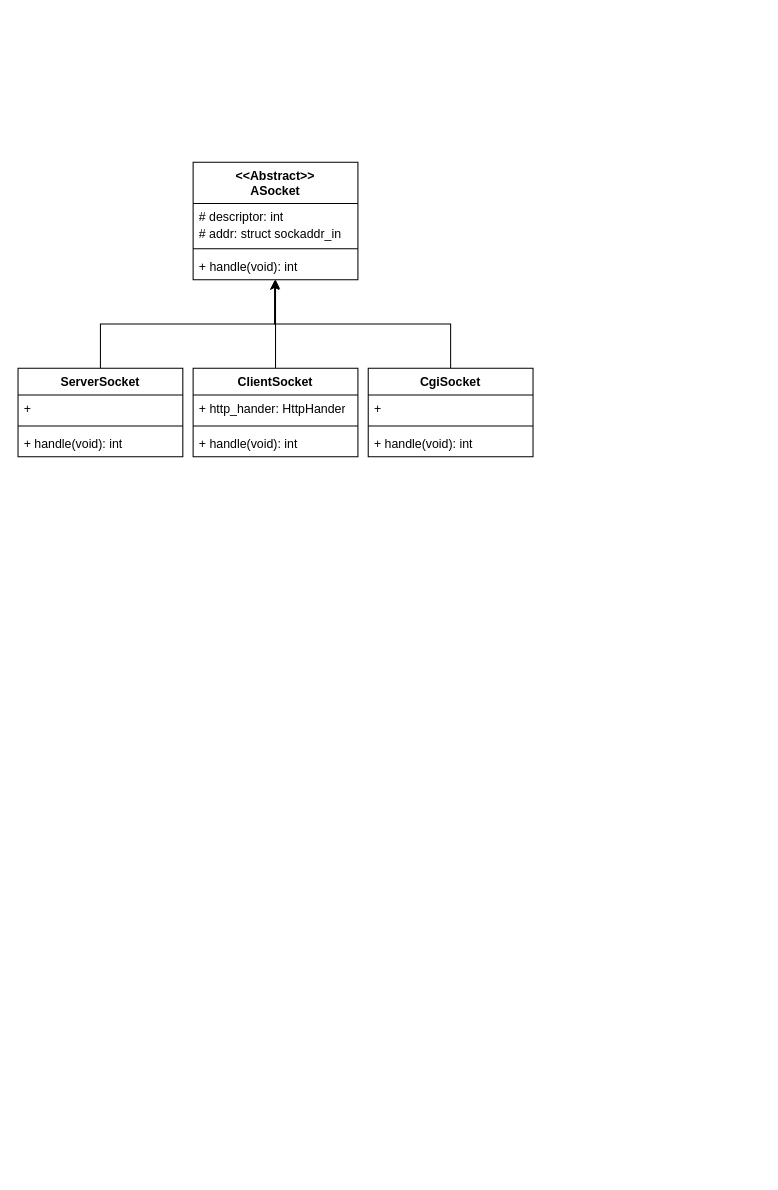
Above: docs/class_diagram.drawio in world-famous-webserv/webserv (draw.io), before the change. Source tidied: cells renumbered, new cells numbered last; positions are measured from the earlier drawing's top-left corner, leaving out a move shared by most shapes. Both pictures are drawn from the tidied source at 103%, with x=0, y=0 at pixel (18, 162).
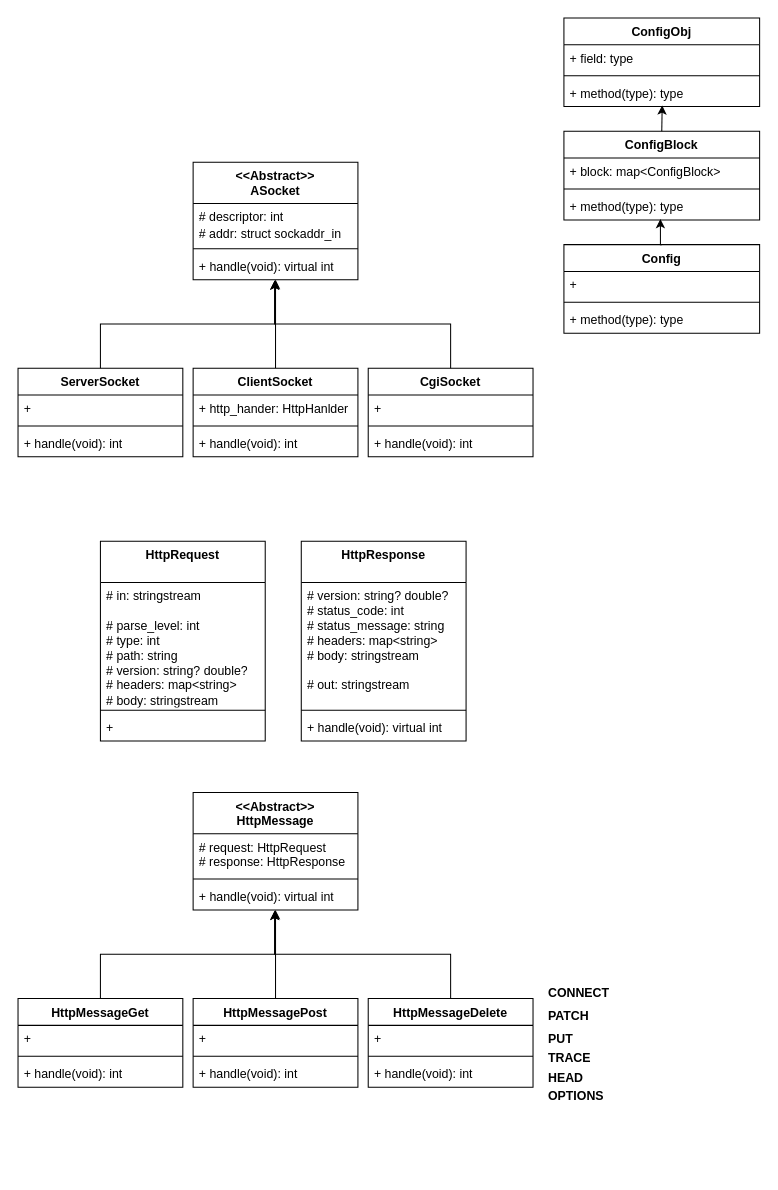
Above is the later version.

The change refers to these unchanged cells:
```xml
<mxCell id="2" value="&amp;lt;&amp;lt;Abstract&amp;gt;&amp;gt;&lt;br&gt;ASocket" style="swimlane;fontStyle=1;align=center;verticalAlign=top;horizontal=1;startSize=40;whiteSpace=wrap;html=1;" parent="1" vertex="1">
  <mxGeometry x="170" width="160" height="114" as="geometry" />
</mxCell>
<mxCell id="11" value="ClientSocket" style="swimlane;fontStyle=1;align=center;verticalAlign=top;horizontal=1;startSize=26;whiteSpace=wrap;html=1;" parent="1" vertex="1">
  <mxGeometry x="170" y="200" width="160" height="86" as="geometry" />
</mxCell>
```

What changed in the source:
```diff
@@
-    <mxCell id="5" value="+ handle(void): int" style="text;strokeColor=none;fillColor=none;align=left;verticalAlign=top;spacingLeft=4;spacingRight=4;overflow=hidden;points=[[0,0.5],[1,0.5]];portConstraint=eastwest;whiteSpace=wrap;html=1;" parent="2" vertex="1">
+    <mxCell id="5" value="+ handle(void): virtual int" style="text;strokeColor=none;fillColor=none;align=left;verticalAlign=top;spacingLeft=4;spacingRight=4;overflow=hidden;points=[[0,0.5],[1,0.5]];portConstraint=eastwest;whiteSpace=wrap;html=1;" parent="2" vertex="1">
       <mxGeometry y="88" width="160" height="26" as="geometry" />
     </mxCell>
@@
-    <mxCell id="12" value="+ http_hander: HttpHander" style="text;strokeColor=none;fillColor=none;align=left;verticalAlign=top;spacingLeft=4;spacingRight=4;overflow=hidden;whiteSpace=wrap;html=1;" parent="11" vertex="1">
+    <mxCell id="12" value="+ http_hander: HttpHanlder" style="text;strokeColor=none;fillColor=none;align=left;verticalAlign=top;spacingLeft=4;spacingRight=4;overflow=hidden;whiteSpace=wrap;html=1;" parent="11" vertex="1">
       <mxGeometry y="26" width="160" height="26" as="geometry" />
     </mxCell>
@@
+    <mxCell id="21" value="ConfigObj" style="swimlane;fontStyle=1;align=center;verticalAlign=top;horizontal=1;startSize=26;whiteSpace=wrap;html=1;" parent="1" vertex="1">
+      <mxGeometry x="530" y="-140" width="190" height="86" as="geometry" />
+    </mxCell>
+    <mxCell id="22" value="+ field: type" style="text;strokeColor=none;fillColor=none;align=left;verticalAlign=top;spacingLeft=4;spacingRight=4;overflow=hidden;whiteSpace=wrap;html=1;" parent="21" vertex="1">
+      <mxGeometry y="26" width="190" height="26" as="geometry" />
+    </mxCell>
+    <mxCell id="23" style="line;strokeWidth=1;fillColor=none;align=left;verticalAlign=middle;spacingTop=-1;spacingLeft=3;spacingRight=3;labelPosition=right;strokeColor=inherit;" parent="21" vertex="1">
+      <mxGeometry y="52" width="190" height="8" as="geometry" />
+    </mxCell>
+    <mxCell id="24" value="+ method(type): type" style="text;strokeColor=none;fillColor=none;align=left;verticalAlign=top;spacingLeft=4;spacingRight=4;overflow=hidden;points=[[0,0.5],[1,0.5]];portConstraint=eastwest;whiteSpace=wrap;html=1;" parent="21" vertex="1">
+      <mxGeometry y="60" width="190" height="26" as="geometry" />
+    </mxCell>
+    <mxCell id="25" value="ConfigBlock" style="swimlane;fontStyle=1;align=center;verticalAlign=top;horizontal=1;startSize=26;whiteSpace=wrap;html=1;" parent="1" vertex="1">
+      <mxGeometry x="530" y="-30" width="190" height="86" as="geometry" />
+    </mxCell>
+    <mxCell id="26" value="+ block: map&amp;lt;ConfigBlock&amp;gt;" style="text;strokeColor=none;fillColor=none;align=left;verticalAlign=top;spacingLeft=4;spacingRight=4;overflow=hidden;whiteSpace=wrap;html=1;" parent="25" vertex="1">
+      <mxGeometry y="26" width="190" height="26" as="geometry" />
+    </mxCell>
+    <mxCell id="27" style="line;strokeWidth=1;fillColor=none;align=left;verticalAlign=middle;spacingTop=-1;spacingLeft=3;spacingRight=3;labelPosition=right;strokeColor=inherit;" parent="25" vertex="1">
+      <mxGeometry y="52" width="190" height="8" as="geometry" />
+    </mxCell>
+    <mxCell id="28" value="+ method(type): type" style="text;strokeColor=none;fillColor=none;align=left;verticalAlign=top;spacingLeft=4;spacingRight=4;overflow=hidden;points=[[0,0.5],[1,0.5]];portConstraint=eastwest;whiteSpace=wrap;html=1;" parent="25" vertex="1">
+      <mxGeometry y="60" width="190" height="26" as="geometry" />
+    </mxCell>
+    <mxCell id="29" value="Config" style="swimlane;fontStyle=1;align=center;verticalAlign=top;horizontal=1;startSize=26;whiteSpace=wrap;html=1;" parent="1" vertex="1">
+      <mxGeometry x="530" y="80" width="190" height="86" as="geometry" />
+    </mxCell>
+    <mxCell id="30" value="+&amp;nbsp;" style="text;strokeColor=none;fillColor=none;align=left;verticalAlign=top;spacingLeft=4;spacingRight=4;overflow=hidden;whiteSpace=wrap;html=1;" parent="29" vertex="1">
+      <mxGeometry y="26" width="190" height="26" as="geometry" />
+    </mxCell>
+    <mxCell id="31" style="line;strokeWidth=1;fillColor=none;align=left;verticalAlign=middle;spacingTop=-1;spacingLeft=3;spacingRight=3;labelPosition=right;strokeColor=inherit;" parent="29" vertex="1">
+      <mxGeometry y="52" width="190" height="8" as="geometry" />
+    </mxCell>
+    <mxCell id="32" value="+ method(type): type" style="text;strokeColor=none;fillColor=none;align=left;verticalAlign=top;spacingLeft=4;spacingRight=4;overflow=hidden;whiteSpace=wrap;html=1;" parent="29" vertex="1">
+      <mxGeometry y="60" width="190" height="26" as="geometry" />
+    </mxCell>
+    <mxCell id="33" style="edgeStyle=orthogonalEdgeStyle;rounded=0;jettySize=auto;html=1;exitX=0.5;exitY=0;exitDx=0;exitDy=0;entryX=0.502;entryY=0.956;entryDx=0;entryDy=0;entryPerimeter=0;" parent="1" edge="1" source="25" target="24">
+      <mxGeometry relative="1" as="geometry" />
+    </mxCell>
+    <mxCell id="34" style="edgeStyle=orthogonalEdgeStyle;rounded=0;jettySize=auto;html=1;exitX=0.5;exitY=0;exitDx=0;exitDy=0;entryX=0.493;entryY=0.967;entryDx=0;entryDy=0;entryPerimeter=0;" parent="1" edge="1" source="29" target="28">
+      <mxGeometry relative="1" as="geometry" />
+    </mxCell>
+    <mxCell id="35" value="&amp;lt;&amp;lt;Abstract&amp;gt;&amp;gt;&lt;br&gt;HttpMessage" style="swimlane;fontStyle=1;align=center;verticalAlign=top;horizontal=1;startSize=40;whiteSpace=wrap;html=1;" parent="1" vertex="1">
+      <mxGeometry x="170" y="612" width="160" height="114" as="geometry" />
+    </mxCell>
+    <mxCell id="36" value="# request: HttpRequest&lt;br&gt;# response: HttpResponse" style="text;strokeColor=none;fillColor=none;align=left;verticalAlign=top;spacingLeft=4;spacingRight=4;overflow=hidden;whiteSpace=wrap;html=1;" parent="35" vertex="1">
+      <mxGeometry y="40" width="160" height="40" as="geometry" />
+    </mxCell>
+    <mxCell id="37" style="line;strokeWidth=1;fillColor=none;align=left;verticalAlign=middle;spacingTop=-1;spacingLeft=3;spacingRight=3;labelPosition=right;strokeColor=inherit;" parent="35" vertex="1">
+      <mxGeometry y="80" width="160" height="8" as="geometry" />
+    </mxCell>
+    <mxCell id="38" value="+ handle(void): virtual int" style="text;strokeColor=none;fillColor=none;align=left;verticalAlign=top;spacingLeft=4;spacingRight=4;overflow=hidden;points=[[0,0.5],[1,0.5]];portConstraint=eastwest;whiteSpace=wrap;html=1;" parent="35" vertex="1">
+      <mxGeometry y="88" width="160" height="26" as="geometry" />
+    </mxCell>
+    <mxCell id="39" value="HttpMessageGet" style="swimlane;fontStyle=1;align=center;verticalAlign=top;horizontal=1;startSize=26;whiteSpace=wrap;html=1;" parent="1" vertex="1">
+      <mxGeometry y="812" width="160" height="86" as="geometry" />
+    </mxCell>
+    <mxCell id="40" value="+&amp;nbsp;" style="text;strokeColor=none;fillColor=none;align=left;verticalAlign=top;spacingLeft=4;spacingRight=4;overflow=hidden;whiteSpace=wrap;html=1;" parent="39" vertex="1">
+      <mxGeometry y="26" width="160" height="26" as="geometry" />
+    </mxCell>
+    <mxCell id="41" style="line;strokeWidth=1;fillColor=none;align=left;verticalAlign=middle;spacingTop=-1;spacingLeft=3;spacingRight=3;labelPosition=right;strokeColor=inherit;" parent="39" vertex="1">
+      <mxGeometry y="52" width="160" height="8" as="geometry" />
+    </mxCell>
+    <mxCell id="42" value="+ handle(void): int" style="text;strokeColor=none;fillColor=none;align=left;verticalAlign=top;spacingLeft=4;spacingRight=4;overflow=hidden;whiteSpace=wrap;html=1;" parent="39" vertex="1">
+      <mxGeometry y="60" width="160" height="26" as="geometry" />
+    </mxCell>
+    <mxCell id="43" style="edgeStyle=orthogonalEdgeStyle;rounded=0;jettySize=auto;html=1;entryX=0.5;entryY=1;entryDx=0;entryDy=0;" parent="1" edge="1" source="44" target="35">
+      <mxGeometry relative="1" as="geometry" />
+    </mxCell>
+    <mxCell id="44" value="HttpMessagePost" style="swimlane;fontStyle=1;align=center;verticalAlign=top;horizontal=1;startSize=26;whiteSpace=wrap;html=1;" parent="1" vertex="1">
+      <mxGeometry x="170" y="812" width="160" height="86" as="geometry" />
+    </mxCell>
+    <mxCell id="45" value="+" style="text;strokeColor=none;fillColor=none;align=left;verticalAlign=top;spacingLeft=4;spacingRight=4;overflow=hidden;whiteSpace=wrap;html=1;" parent="44" vertex="1">
+      <mxGeometry y="26" width="160" height="26" as="geometry" />
+    </mxCell>
+    <mxCell id="46" style="line;strokeWidth=1;fillColor=none;align=left;verticalAlign=middle;spacingTop=-1;spacingLeft=3;spacingRight=3;labelPosition=right;strokeColor=inherit;" parent="44" vertex="1">
+      <mxGeometry y="52" width="160" height="8" as="geometry" />
+    </mxCell>
+    <mxCell id="47" value="+ handle(void): int" style="text;strokeColor=none;fillColor=none;align=left;verticalAlign=top;spacingLeft=4;spacingRight=4;overflow=hidden;whiteSpace=wrap;html=1;" parent="44" vertex="1">
+      <mxGeometry y="60" width="160" height="26" as="geometry" />
+    </mxCell>
+    <mxCell id="48" value="HttpMessageDelete" style="swimlane;fontStyle=1;align=center;verticalAlign=top;horizontal=1;startSize=26;whiteSpace=wrap;html=1;" parent="1" vertex="1">
+      <mxGeometry x="340" y="812" width="160" height="86" as="geometry" />
+    </mxCell>
+    <mxCell id="49" value="+&amp;nbsp;" style="text;strokeColor=none;fillColor=none;align=left;verticalAlign=top;spacingLeft=4;spacingRight=4;overflow=hidden;whiteSpace=wrap;html=1;" parent="48" vertex="1">
+      <mxGeometry y="26" width="160" height="26" as="geometry" />
+    </mxCell>
+    <mxCell id="50" style="line;strokeWidth=1;fillColor=none;align=left;verticalAlign=middle;spacingTop=-1;spacingLeft=3;spacingRight=3;labelPosition=right;strokeColor=inherit;" parent="48" vertex="1">
+      <mxGeometry y="52" width="160" height="8" as="geometry" />
+    </mxCell>
+    <mxCell id="51" value="+ handle(void): int" style="text;strokeColor=none;fillColor=none;align=left;verticalAlign=top;spacingLeft=4;spacingRight=4;overflow=hidden;whiteSpace=wrap;html=1;" parent="48" vertex="1">
+      <mxGeometry y="60" width="160" height="26" as="geometry" />
+    </mxCell>
+    <mxCell id="52" style="edgeStyle=orthogonalEdgeStyle;rounded=0;jettySize=auto;html=1;entryX=0.495;entryY=1.031;entryDx=0;entryDy=0;entryPerimeter=0;" parent="1" edge="1" source="39" target="38">
+      <mxGeometry relative="1" as="geometry" />
+    </mxCell>
+    <mxCell id="53" style="edgeStyle=orthogonalEdgeStyle;rounded=0;jettySize=auto;html=1;entryX=0.495;entryY=1.031;entryDx=0;entryDy=0;entryPerimeter=0;" parent="1" edge="1" source="48" target="38">
+      <mxGeometry relative="1" as="geometry" />
+    </mxCell>
+    <mxCell id="54" value="HttpRequest" style="swimlane;fontStyle=1;align=center;verticalAlign=top;horizontal=1;startSize=40;whiteSpace=wrap;html=1;" parent="1" vertex="1">
+      <mxGeometry x="80" y="368" width="160" height="194" as="geometry" />
+    </mxCell>
+    <mxCell id="55" value="# in: stringstream&lt;br&gt;&lt;br&gt;# parse_level: int&amp;nbsp;&lt;br&gt;# type: int&lt;br&gt;# path: string&lt;br&gt;# version: string? double?&lt;br&gt;# headers: map&amp;lt;string&amp;gt;&lt;br&gt;# body: stringstream" style="text;strokeColor=none;fillColor=none;align=left;verticalAlign=top;spacingLeft=4;spacingRight=4;overflow=hidden;whiteSpace=wrap;html=1;" parent="54" vertex="1">
+      <mxGeometry y="40" width="160" height="120" as="geometry" />
+    </mxCell>
+    <mxCell id="56" style="line;strokeWidth=1;fillColor=none;align=left;verticalAlign=middle;spacingTop=-1;spacingLeft=3;spacingRight=3;labelPosition=right;strokeColor=inherit;" parent="54" vertex="1">
+      <mxGeometry y="160" width="160" height="8" as="geometry" />
+    </mxCell>
+    <mxCell id="57" value="+&amp;nbsp;" style="text;strokeColor=none;fillColor=none;align=left;verticalAlign=top;spacingLeft=4;spacingRight=4;overflow=hidden;whiteSpace=wrap;html=1;" parent="54" vertex="1">
+      <mxGeometry y="168" width="160" height="26" as="geometry" />
+    </mxCell>
+    <mxCell id="58" value="HttpResponse" style="swimlane;fontStyle=1;align=center;verticalAlign=top;horizontal=1;startSize=40;whiteSpace=wrap;html=1;" parent="1" vertex="1">
+      <mxGeometry x="275" y="368" width="160" height="194" as="geometry" />
+    </mxCell>
+    <mxCell id="59" value="# version: string? double?&lt;br&gt;# status_code: int&lt;br&gt;# status_message: string&lt;br&gt;# headers: map&amp;lt;string&amp;gt;&lt;br&gt;# body: stringstream&lt;br&gt;&lt;br&gt;# out: stringstream" style="text;strokeColor=none;fillColor=none;align=left;verticalAlign=top;spacingLeft=4;spacingRight=4;overflow=hidden;whiteSpace=wrap;html=1;" parent="58" vertex="1">
+      <mxGeometry y="40" width="160" height="120" as="geometry" />
+    </mxCell>
+    <mxCell id="60" style="line;strokeWidth=1;fillColor=none;align=left;verticalAlign=middle;spacingTop=-1;spacingLeft=3;spacingRight=3;labelPosition=right;strokeColor=inherit;" parent="58" vertex="1">
+      <mxGeometry y="160" width="160" height="8" as="geometry" />
+    </mxCell>
+    <mxCell id="61" value="+ handle(void): virtual int" style="text;strokeColor=none;fillColor=none;align=left;verticalAlign=top;spacingLeft=4;spacingRight=4;overflow=hidden;whiteSpace=wrap;html=1;" parent="58" vertex="1">
+      <mxGeometry y="168" width="160" height="26" as="geometry" />
+    </mxCell>
+    <mxCell id="62" value="&lt;table id=&quot;c72b3e55-de43-471e-9109-79a22ca4bcab&quot; class=&quot;simple-table&quot;&gt;&lt;tbody&gt;&lt;tr id=&quot;c1275d31-5c18-4135-ab34-9e8df80c895b&quot;&gt;&lt;th id=&quot;&lt;t[W&quot; class=&quot;simple-table-header-color simple-table-header&quot; style=&quot;width:83.25px&quot;&gt;CONNECT&lt;/th&gt;&lt;/tr&gt;&lt;tr id=&quot;550d356b-fc11-4b21-898d-9ff604f85d64&quot;&gt;&lt;th id=&quot;&lt;t[W&quot; class=&quot;simple-table-header-color simple-table-header&quot; style=&quot;width:83.25px&quot;&gt;&lt;/th&gt;&lt;/tr&gt;&lt;tr id=&quot;ef1e7d07-70a0-44d8-b712-6466e9705ea8&quot;&gt;&lt;th id=&quot;&lt;t[W&quot; class=&quot;simple-table-header-color simple-table-header&quot; style=&quot;width:83.25px&quot;&gt;PATCH&lt;/th&gt;&lt;/tr&gt;&lt;tr id=&quot;2a90f04b-b75b-4484-8b82-1b5b368dfc38&quot;&gt;&lt;th id=&quot;&lt;t[W&quot; class=&quot;simple-table-header-color simple-table-header&quot; style=&quot;width:83.25px&quot;&gt;&lt;/th&gt;&lt;/tr&gt;&lt;tr id=&quot;8ecaabb5-5430-4a6c-93ea-a4dfb57dd4e5&quot;&gt;&lt;th id=&quot;&lt;t[W&quot; class=&quot;simple-table-header-color simple-table-header&quot; style=&quot;width:83.25px&quot;&gt;PUT&lt;/th&gt;&lt;/tr&gt;&lt;tr id=&quot;1470a61d-89ab-4f8c-90a5-74e5ec523213&quot;&gt;&lt;th id=&quot;&lt;t[W&quot; class=&quot;simple-table-header-color simple-table-header&quot; style=&quot;width:83.25px&quot;&gt;TRACE&lt;/th&gt;&lt;/tr&gt;&lt;tr id=&quot;7983ba34-86aa-4f22-8e90-dd94ff4db06c&quot;&gt;&lt;th id=&quot;&lt;t[W&quot; class=&quot;simple-table-header-color simple-table-header&quot; style=&quot;width:83.25px&quot;&gt;HEAD&lt;/th&gt;&lt;/tr&gt;&lt;tr id=&quot;26cb1657-54c1-4e40-b04e-9e6dfcc204d1&quot;&gt;&lt;th id=&quot;&lt;t[W&quot; class=&quot;simple-table-header-color simple-table-header&quot; style=&quot;width:83.25px&quot;&gt;OPTIONS&lt;/th&gt;&lt;/tr&gt;&lt;/tbody&gt;&lt;/table&gt;" style="text;whiteSpace=wrap;html=1;" parent="1" vertex="1">
+      <mxGeometry x="510" y="790" width="120" height="190" as="geometry" />
+    </mxCell>
```
